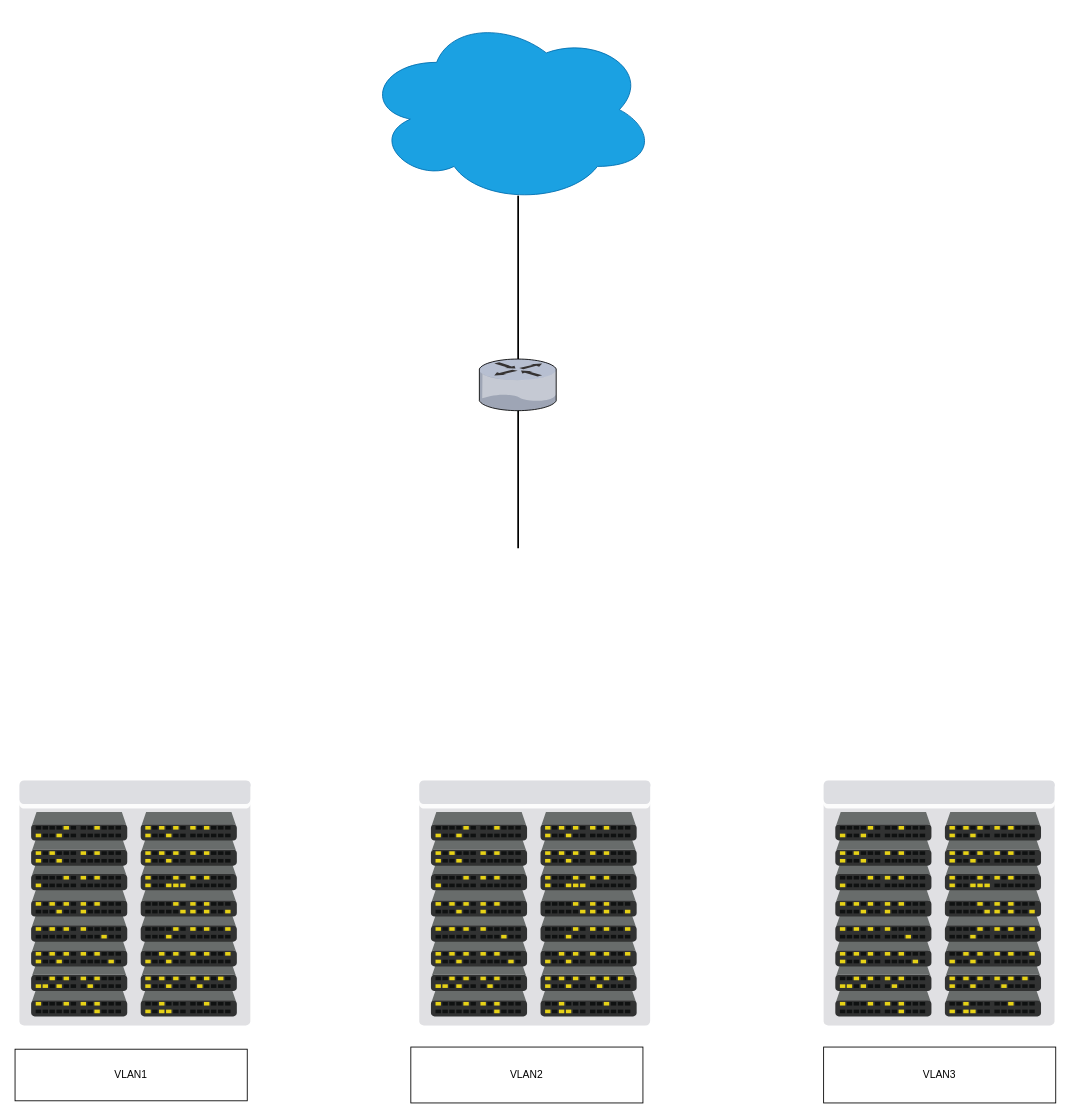
Earlier version of the draw.io diagram Diagrama sem nome.drawio (EduardoXP796/programa-oC). Source tidied: cells renumbered, new cells numbered last; positions are measured from the earlier drawing's top-left corner, leaving out a move shared by most shapes. Both pictures are drawn from the tidied source at 86%, with x=0, y=0 at pixel (15, 15).
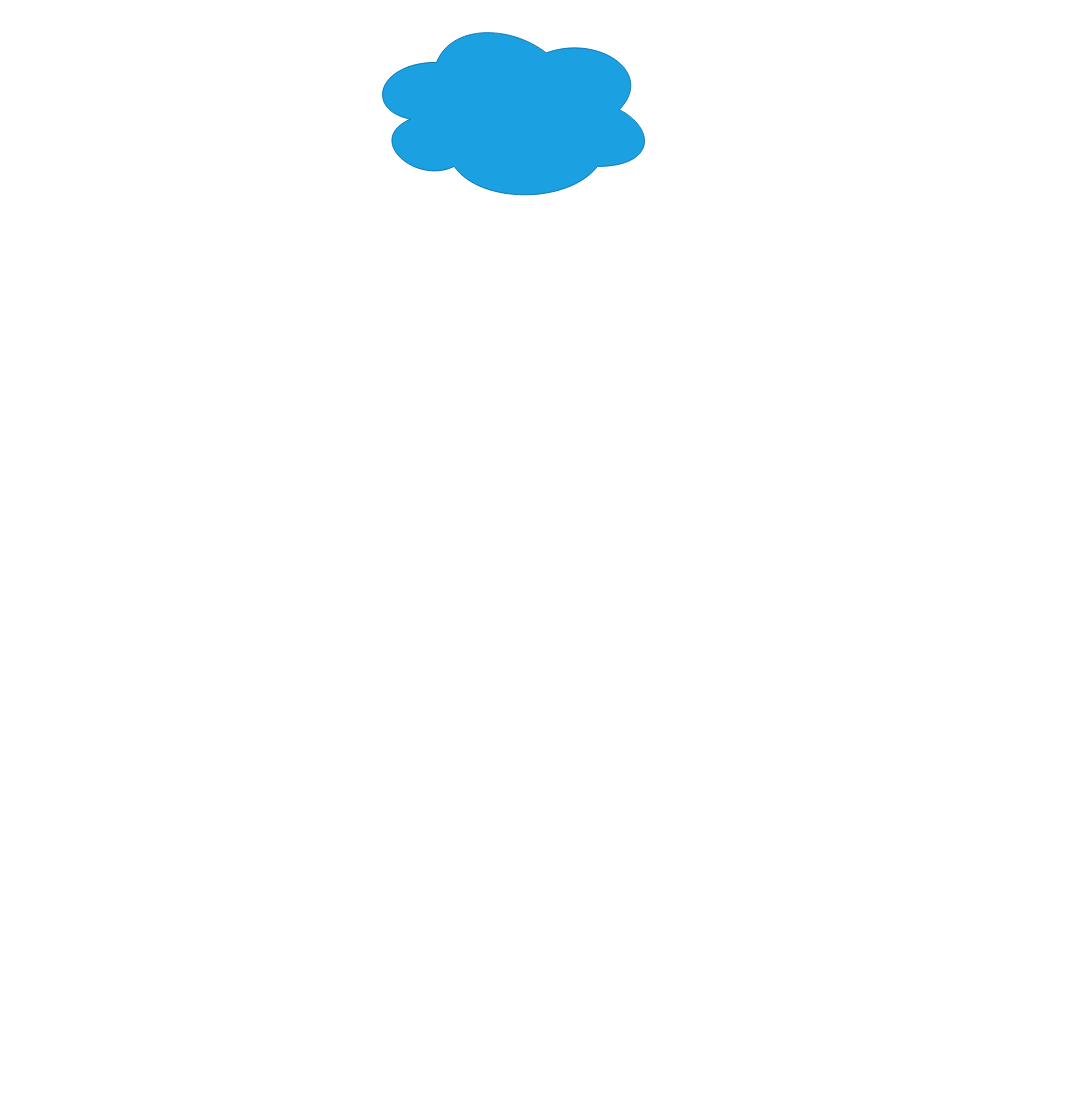
Above is the later version.

Diff of the diagram source:
```diff
@@
 <mxGraphModel>
   <root>
     <mxCell id="0" />
     <mxCell id="1" parent="0" />
     <mxCell id="2" style="ellipse;shape=cloud;whiteSpace=wrap;html=1;fillColor=#1ba1e2;strokeColor=#006EAF;fontColor=#ffffff;" parent="1" vertex="1">
       <mxGeometry x="405.2" width="340" height="220" as="geometry" />
     </mxCell>
-    <mxCell id="3" style="line;strokeWidth=2;direction=south;html=1;" parent="1" vertex="1">
-      <mxGeometry x="580" y="210" width="10" height="190" as="geometry" />
-    </mxCell>
-    <mxCell id="4" style="verticalLabelPosition=bottom;sketch=0;html=1;verticalAlign=top;strokeColor=#006EAF;align=center;shape=mxgraph.citrix.router;fillColor=#1ba1e2;fontColor=#ffffff;" parent="1" vertex="1">
-      <mxGeometry x="539.8" y="400" width="90.4" height="60" as="geometry" />
-    </mxCell>
-    <mxCell id="5" style="line;strokeWidth=2;direction=south;html=1;" parent="1" vertex="1">
-      <mxGeometry x="580" y="460" width="10" height="160" as="geometry" />
-    </mxCell>
-    <mxCell id="6" style="verticalLabelPosition=bottom;sketch=0;html=1;verticalAlign=top;strokeColor=none;align=center;shape=mxgraph.citrix.datacenter;" parent="1" vertex="1">
-      <mxGeometry x="5.1" y="890" width="269.2" height="285" as="geometry" />
-    </mxCell>
-    <mxCell id="7" style="verticalLabelPosition=bottom;sketch=0;html=1;verticalAlign=top;strokeColor=none;align=center;shape=mxgraph.citrix.datacenter;" parent="1" vertex="1">
-      <mxGeometry x="470" y="890" width="269.2" height="285" as="geometry" />
-    </mxCell>
-    <mxCell id="8" style="verticalLabelPosition=bottom;sketch=0;html=1;verticalAlign=top;strokeColor=none;align=center;shape=mxgraph.citrix.datacenter;" parent="1" vertex="1">
-      <mxGeometry x="940.2" y="890" width="269.2" height="285" as="geometry" />
-    </mxCell>
-    <mxCell id="9" value="VLAN1" style="whiteSpace=wrap;html=1;" parent="1" vertex="1">
-      <mxGeometry y="1202.5" width="270" height="60" as="geometry" />
-    </mxCell>
-    <mxCell id="10" value="VLAN2" style="whiteSpace=wrap;html=1;" parent="1" vertex="1">
-      <mxGeometry x="460.2" y="1200" width="269.9" height="65" as="geometry" />
-    </mxCell>
-    <mxCell id="11" value="VLAN3" style="whiteSpace=wrap;html=1;" parent="1" vertex="1">
-      <mxGeometry x="940.2" y="1200" width="269.9" height="65" as="geometry" />
-    </mxCell>
   </root>
 </mxGraphModel>
```
